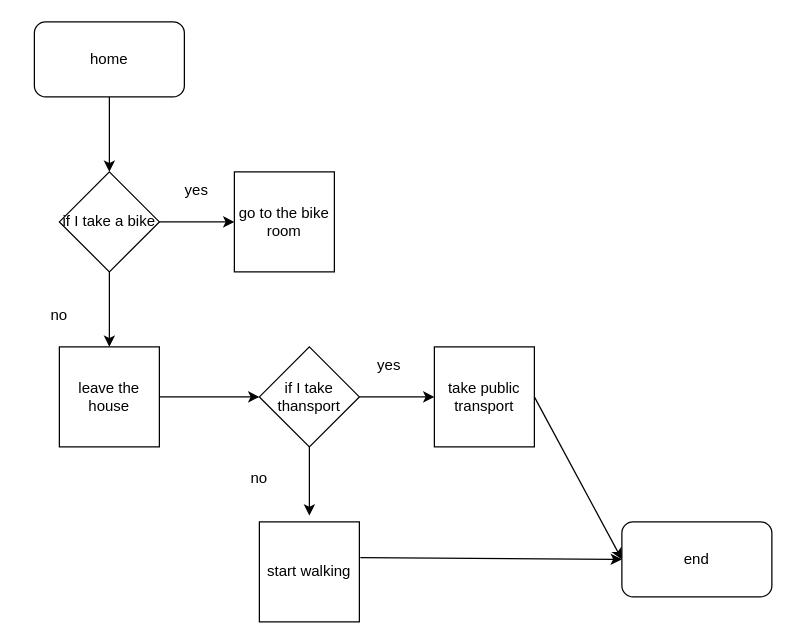
Above: page "Way to Prater" (1 of 2) of task1.drawio in KateKatze/25.01_Algorithms-DataStructure (draw.io), before the change. Source tidied: cells renumbered, new cells numbered last; positions are measured from the earlier drawing's top-left corner, leaving out a move shared by most shapes. Both pictures are drawn from the tidied source at 125%, with x=0, y=0 at pixel (21, 21).
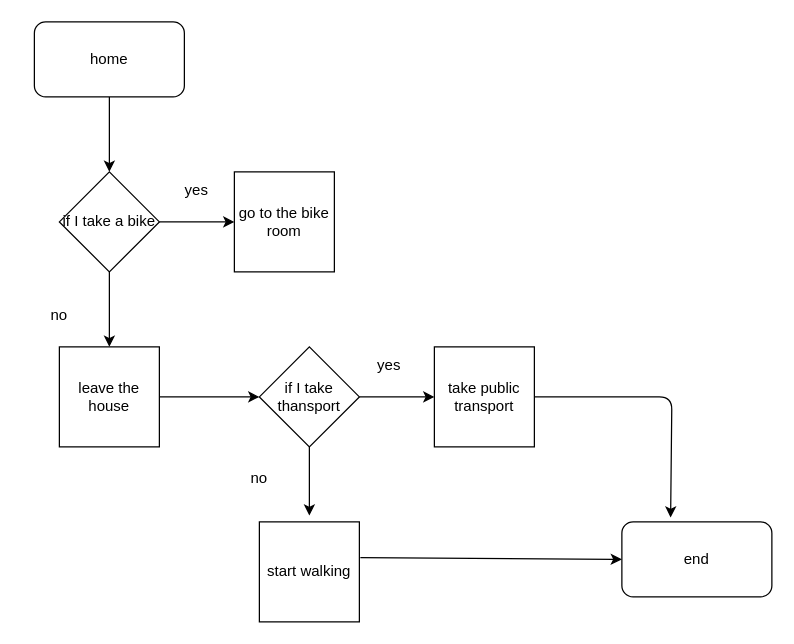
The same page after the edit.

The change refers to these unchanged cells:
```xml
<mxCell id="3" value="end" style="rounded=1;whiteSpace=wrap;html=1;" parent="1" vertex="1">
  <mxGeometry x="480" y="400" width="120" height="60" as="geometry" />
</mxCell>
<mxCell id="16" value="take public transport" style="whiteSpace=wrap;html=1;" parent="1" vertex="1">
  <mxGeometry x="330" y="260" width="80" height="80" as="geometry" />
</mxCell>
```

The edit, as a diff of the source:
```diff
@@
-    <mxCell id="21" style="endArrow=classic;html=1;exitX=1;exitY=0.5;exitDx=0;exitDy=0;entryX=0;entryY=0.5;entryDx=0;entryDy=0;" parent="1" edge="1" source="16" target="3">
-      <mxGeometry relative="1" as="geometry" />
+    <mxCell id="21" style="endArrow=classic;html=1;exitX=1;exitY=0.5;exitDx=0;exitDy=0;entryX=0.325;entryY=-0.058;entryDx=0;entryDy=0;entryPerimeter=0;" parent="1" edge="1" source="16" target="3">
+      <mxGeometry relative="1" as="geometry">
+        <Array as="points">
+          <mxPoint x="520" y="300" />
+        </Array>
+      </mxGeometry>
     </mxCell>
```
